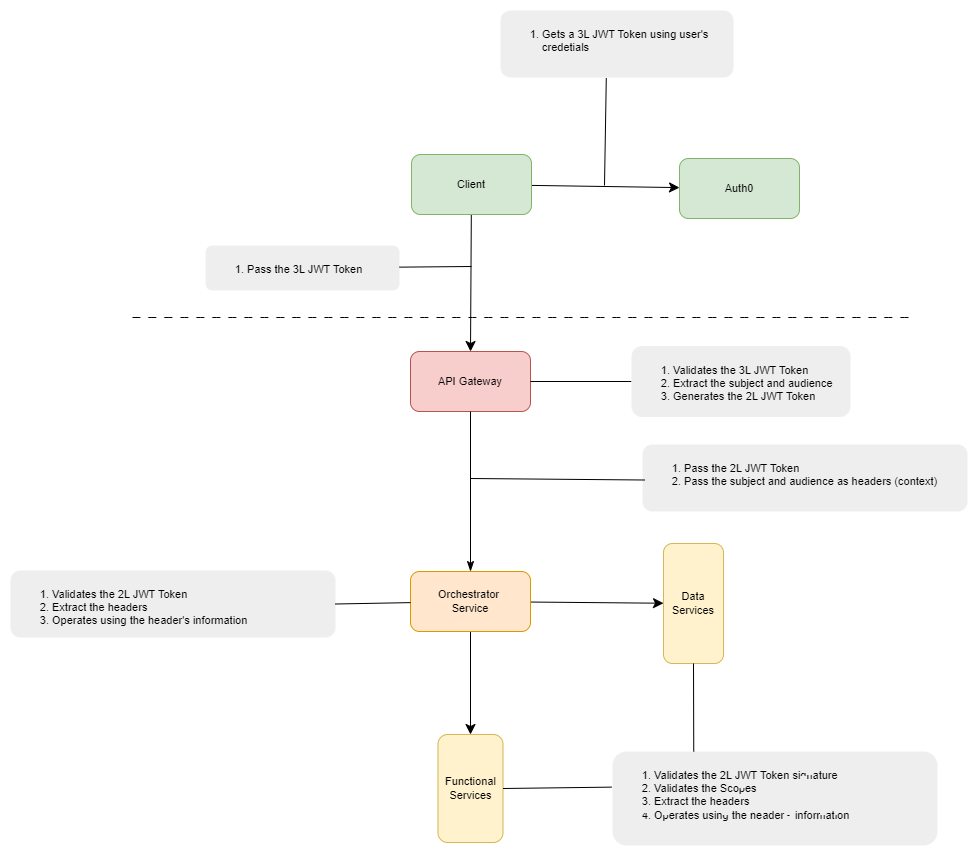
andrescosta/ticketex keeps this draw.io diagram as docs/img/arch-AuthNZ.drawio.png. Above is the earlier version. Source tidied: cells renumbered, new cells last; positions are measured from the earlier drawing's top-left corner, leaving out a move shared by most shapes.
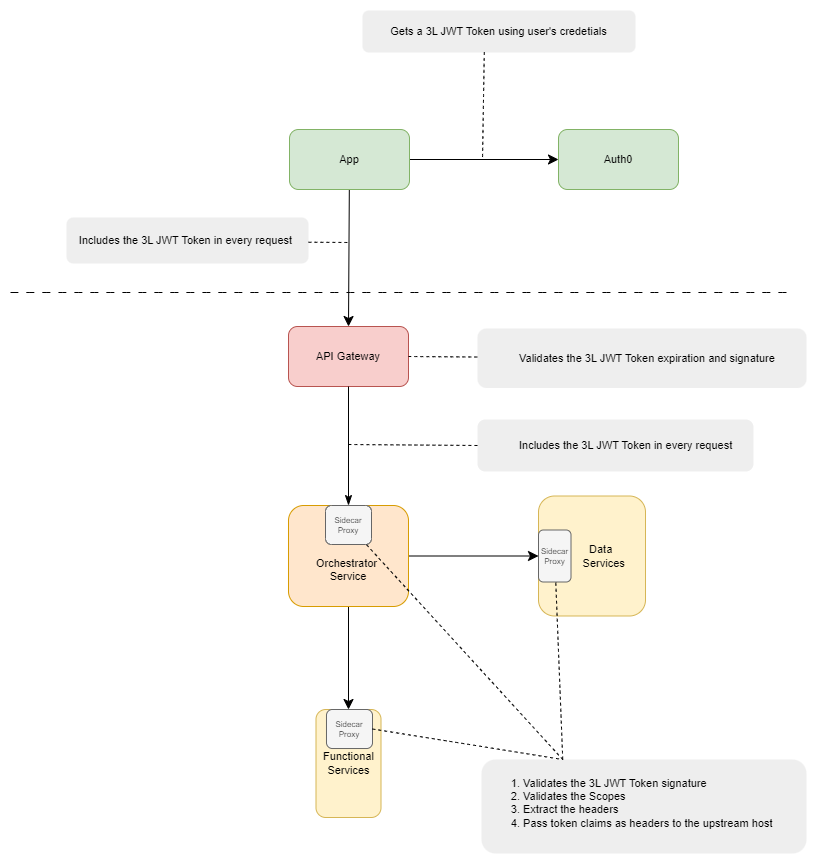
Above is the later version.

Diff of the diagram source:
```diff
@@ -11,11 +11,11 @@
     <mxCell id="4" style="edgeStyle=none;curved=1;rounded=0;jettySize=auto;html=1;fontSize=12;startSize=8;endSize=8;" parent="1" edge="1" source="5" target="7">
       <mxGeometry relative="1" as="geometry" />
     </mxCell>
-    <mxCell id="5" value="Orchestrator&amp;nbsp;&lt;br&gt;Service" style="rounded=1;whiteSpace=wrap;html=1;fontSize=11;fillColor=#ffe6cc;strokeColor=#d79b00;fontFamily=Helvetica;" parent="1" vertex="1">
-      <mxGeometry x="400" y="561" width="120" height="60" as="geometry" />
+    <mxCell id="5" value="&lt;br&gt;&lt;br&gt;Orchestrator&amp;nbsp;&lt;br&gt;Service" style="rounded=1;whiteSpace=wrap;html=1;fontSize=11;fillColor=#ffe6cc;strokeColor=#d79b00;fontFamily=Helvetica;" parent="1" vertex="1">
+      <mxGeometry x="400" y="520" width="120" height="101" as="geometry" />
     </mxCell>
-    <mxCell id="6" value="Data &lt;br style=&quot;font-size: 11px;&quot;&gt;Services" style="rounded=1;whiteSpace=wrap;html=1;fontSize=11;fillColor=#fff2cc;strokeColor=#d6b656;direction=south;" parent="1" vertex="1">
-      <mxGeometry x="653" y="533" width="60" height="120" as="geometry" />
+    <mxCell id="6" value="&amp;nbsp; &amp;nbsp; &amp;nbsp; Data &lt;br style=&quot;font-size: 11px;&quot;&gt;&amp;nbsp; &amp;nbsp; &amp;nbsp; &amp;nbsp; Services" style="rounded=1;whiteSpace=wrap;html=1;fontSize=11;fillColor=#fff2cc;strokeColor=#d6b656;direction=south;" parent="1" vertex="1">
+      <mxGeometry x="650" y="510.5" width="107" height="120" as="geometry" />
     </mxCell>
     <mxCell id="7" value="Functional&lt;br style=&quot;font-size: 11px;&quot;&gt;Services" style="rounded=1;whiteSpace=wrap;html=1;fontSize=11;fillColor=#fff2cc;strokeColor=#d6b656;fontFamily=Helvetica;" parent="1" vertex="1">
       <mxGeometry x="427.5" y="724" width="65" height="108" as="geometry" />
@@ -23,38 +23,25 @@
     <mxCell id="8" style="endArrow=classicThin;html=1;rounded=0;fontSize=12;startSize=8;endSize=8;curved=1;exitX=0.5;exitY=1;exitDx=0;exitDy=0;entryX=0.5;entryY=0;entryDx=0;entryDy=0;endFill=1;" parent="1" edge="1" source="2" target="5">
       <mxGeometry relative="1" as="geometry" />
     </mxCell>
-    <mxCell id="9" style="endArrow=none;html=1;rounded=0;fontSize=12;startSize=8;endSize=8;curved=1;exitX=1;exitY=0.5;exitDx=0;exitDy=0;" parent="1" edge="1" source="2" target="10">
+    <mxCell id="9" style="endArrow=none;html=1;rounded=0;fontSize=12;startSize=8;endSize=8;curved=1;exitX=1;exitY=0.5;exitDx=0;exitDy=0;dashed=1;" parent="1" edge="1" source="2" target="10">
       <mxGeometry relative="1" as="geometry" />
     </mxCell>
-    <mxCell id="10" value="&lt;ol&gt;&lt;li&gt;Validates the 3L JWT Token&lt;/li&gt;&lt;li&gt;Extract the subject and audience&lt;br&gt;&lt;/li&gt;&lt;li&gt;Generates the 2L JWT Token&lt;br&gt;&lt;/li&gt;&lt;/ol&gt;&lt;br&gt;" style="rounded=1;whiteSpace=wrap;html=1;fontSize=11;align=left;verticalAlign=top;glass=0;fillColor=#eeeeee;strokeColor=none;" parent="1" vertex="1">
-      <mxGeometry x="621" y="335.5" width="219" height="71" as="geometry" />
+    <mxCell id="10" value="&lt;blockquote style=&quot;margin: 0 0 0 40px; border: none; padding: 0px;&quot;&gt;&lt;div style=&quot;&quot;&gt;&lt;span style=&quot;background-color: initial;&quot;&gt;Validates the 3L JWT Token expiration and signature&lt;/span&gt;&lt;/div&gt;&lt;/blockquote&gt;" style="rounded=1;whiteSpace=wrap;html=1;fontSize=11;align=left;verticalAlign=middle;glass=0;fillColor=#eeeeee;strokeColor=none;" parent="1" vertex="1">
+      <mxGeometry x="589" y="343" width="329" height="59.5" as="geometry" />
     </mxCell>
-    <mxCell id="11" value="&lt;ol&gt;&lt;li&gt;Pass the 2L JWT Token&lt;/li&gt;&lt;li&gt;Pass the subject and audience as headers (context)&lt;/li&gt;&lt;/ol&gt;" style="rounded=1;whiteSpace=wrap;html=1;fontSize=11;align=left;verticalAlign=top;glass=0;fillColor=#eeeeee;strokeColor=none;" parent="1" vertex="1">
-      <mxGeometry x="632" y="434" width="325" height="67" as="geometry" />
+    <mxCell id="11" value="&lt;blockquote style=&quot;margin: 0 0 0 40px; border: none; padding: 0px;&quot;&gt;&lt;span style=&quot;background-color: initial;&quot;&gt;Includes the 3L JWT Token in every request&lt;/span&gt;&lt;/blockquote&gt;" style="rounded=1;whiteSpace=wrap;html=1;fontSize=11;align=left;verticalAlign=middle;glass=0;fillColor=#eeeeee;strokeColor=none;" parent="1" vertex="1">
+      <mxGeometry x="589" y="434" width="276" height="52" as="geometry" />
     </mxCell>
-    <mxCell id="12" style="endArrow=none;html=1;rounded=0;fontSize=12;startSize=8;endSize=8;curved=1;entryX=0;entryY=0.5;entryDx=0;entryDy=0;" parent="1" edge="1">
+    <mxCell id="12" style="endArrow=none;html=1;rounded=0;fontSize=12;startSize=8;endSize=8;curved=1;dashed=1;entryX=0;entryY=0.5;entryDx=0;entryDy=0;" parent="1" edge="1" target="11">
       <mxGeometry relative="1" as="geometry">
-        <mxPoint x="460" y="468" as="sourcePoint" />
-        <mxPoint x="634" y="469.5" as="targetPoint" />
+        <mxPoint x="460" y="459" as="sourcePoint" />
       </mxGeometry>
     </mxCell>
-    <mxCell id="13" value="&lt;ol&gt;&lt;li&gt;Validates the 2L JWT Token signature&lt;/li&gt;&lt;li&gt;Validates the Scopes&lt;/li&gt;&lt;li&gt;Extract the headers&lt;/li&gt;&lt;li&gt;Operates using the header's information&lt;/li&gt;&lt;/ol&gt;" style="rounded=1;whiteSpace=wrap;html=1;fontSize=11;align=left;verticalAlign=top;glass=0;fillColor=#eeeeee;strokeColor=none;" parent="1" vertex="1">
-      <mxGeometry x="602" y="741" width="325" height="94" as="geometry" />
+    <mxCell id="13" value="&lt;ol&gt;&lt;li&gt;Validates the 3L JWT Token signature&lt;/li&gt;&lt;li&gt;Validates the Scopes&lt;/li&gt;&lt;li&gt;Extract the headers&lt;/li&gt;&lt;li&gt;Pass token claims as headers to the upstream host&lt;/li&gt;&lt;/ol&gt;" style="rounded=1;whiteSpace=wrap;html=1;fontSize=11;align=left;verticalAlign=top;glass=0;fillColor=#eeeeee;strokeColor=none;" parent="1" vertex="1">
+      <mxGeometry x="593" y="774" width="325" height="94" as="geometry" />
     </mxCell>
-    <mxCell id="14" style="endArrow=none;html=1;rounded=0;fontSize=12;startSize=8;endSize=8;curved=1;exitX=1;exitY=0.5;exitDx=0;exitDy=0;entryX=0.25;entryY=0;entryDx=0;entryDy=0;" parent="1" edge="1" source="6" target="13">
-      <mxGeometry relative="1" as="geometry" />
-    </mxCell>
-    <mxCell id="15" style="endArrow=none;html=1;rounded=0;fontSize=12;startSize=8;endSize=8;curved=1;exitX=1;exitY=0.5;exitDx=0;exitDy=0;entryX=-0.003;entryY=0.379;entryDx=0;entryDy=0;entryPerimeter=0;" parent="1" edge="1" source="7" target="13">
-      <mxGeometry relative="1" as="geometry" />
-    </mxCell>
-    <mxCell id="16" value="&lt;ol&gt;&lt;li&gt;Validates the 2L JWT Token&lt;/li&gt;&lt;li style=&quot;border-color: var(--border-color);&quot;&gt;&lt;span style=&quot;background-color: initial;&quot;&gt;Extract the headers&lt;/span&gt;&lt;br&gt;&lt;/li&gt;&lt;li style=&quot;border-color: var(--border-color);&quot;&gt;Operates using the header's information&lt;/li&gt;&lt;/ol&gt;" style="rounded=1;whiteSpace=wrap;html=1;fontSize=11;align=left;verticalAlign=top;glass=0;fillColor=#eeeeee;strokeColor=none;" parent="1" vertex="1">
-      <mxGeometry y="560" width="325" height="67" as="geometry" />
-    </mxCell>
-    <mxCell id="17" style="endArrow=none;html=1;rounded=0;fontSize=12;startSize=8;endSize=8;curved=1;exitX=1;exitY=0.5;exitDx=0;exitDy=0;" parent="1" edge="1" source="16" target="5">
-      <mxGeometry relative="1" as="geometry" />
-    </mxCell>
     <mxCell id="18" value="Auth0" style="rounded=1;whiteSpace=wrap;html=1;fontSize=11;fillColor=#d5e8d4;strokeColor=#82b366;" parent="1" vertex="1">
-      <mxGeometry x="669" y="148" width="120" height="60" as="geometry" />
+      <mxGeometry x="670" y="144" width="120" height="60" as="geometry" />
     </mxCell>
     <mxCell id="19" style="edgeStyle=none;curved=1;rounded=0;jettySize=auto;html=1;fontSize=12;startSize=8;endSize=8;" parent="1" edge="1" source="21" target="18">
       <mxGeometry relative="1" as="geometry" />
@@ -62,23 +49,25 @@
     <mxCell id="20" style="edgeStyle=none;curved=1;rounded=0;jettySize=auto;html=1;entryX=0.5;entryY=0;entryDx=0;entryDy=0;fontSize=12;startSize=8;endSize=8;" parent="1" edge="1" source="21" target="2">
       <mxGeometry relative="1" as="geometry" />
     </mxCell>
-    <mxCell id="21" value="Client" style="rounded=1;whiteSpace=wrap;html=1;fontSize=11;fillColor=#d5e8d4;strokeColor=#82b366;" parent="1" vertex="1">
+    <mxCell id="21" value="App" style="rounded=1;whiteSpace=wrap;html=1;fontSize=11;fillColor=#d5e8d4;strokeColor=#82b366;" parent="1" vertex="1">
       <mxGeometry x="401" y="144" width="120" height="60" as="geometry" />
     </mxCell>
-    <mxCell id="22" value="&lt;ol&gt;&lt;li&gt;Gets a 3L JWT Token using user's credetials&lt;/li&gt;&lt;/ol&gt;" style="rounded=1;whiteSpace=wrap;html=1;fontSize=11;align=left;verticalAlign=top;glass=0;fillColor=#eeeeee;strokeColor=none;" parent="1" vertex="1">
-      <mxGeometry x="490" width="233" height="67" as="geometry" />
+    <mxCell id="22" value="&lt;div style=&quot;&quot;&gt;&lt;span style=&quot;background-color: initial;&quot;&gt;Gets a 3L JWT Token using user's credetials&lt;/span&gt;&lt;/div&gt;" style="rounded=1;whiteSpace=wrap;html=1;fontSize=11;align=center;verticalAlign=middle;glass=0;fillColor=#eeeeee;strokeColor=none;" parent="1" vertex="1">
+      <mxGeometry x="474" y="25" width="273" height="42" as="geometry" />
     </mxCell>
-    <mxCell id="23" style="endArrow=none;html=1;rounded=0;fontSize=12;startSize=8;endSize=8;curved=1;exitX=0.454;exitY=1.01;exitDx=0;exitDy=0;exitPerimeter=0;" parent="1" edge="1" source="22">
+    <mxCell id="23" style="endArrow=none;html=1;rounded=0;fontSize=12;startSize=8;endSize=8;curved=1;exitX=0.454;exitY=1.01;exitDx=0;exitDy=0;exitPerimeter=0;dashed=1;" parent="1" edge="1">
       <mxGeometry relative="1" as="geometry">
-        <mxPoint x="594" y="175" as="targetPoint" />
+        <mxPoint x="595.8" y="66.7" as="sourcePoint" />
+        <mxPoint x="594" y="174" as="targetPoint" />
       </mxGeometry>
     </mxCell>
-    <mxCell id="24" value="&lt;ol&gt;&lt;li&gt;Pass the 3L JWT Token&amp;nbsp;&lt;/li&gt;&lt;/ol&gt;" style="rounded=1;whiteSpace=wrap;html=1;fontSize=11;align=left;verticalAlign=top;glass=0;fillColor=#eeeeee;strokeColor=none;" parent="1" vertex="1">
-      <mxGeometry x="195" y="235" width="194" height="45" as="geometry" />
+    <mxCell id="24" value="Includes the 3L JWT Token in every request&lt;span style=&quot;background-color: initial;&quot;&gt;&amp;nbsp;&lt;/span&gt;" style="rounded=1;whiteSpace=wrap;html=1;fontSize=11;align=center;verticalAlign=middle;glass=0;fillColor=#eeeeee;strokeColor=none;" parent="1" vertex="1">
+      <mxGeometry x="178" y="232" width="242" height="46" as="geometry" />
     </mxCell>
-    <mxCell id="25" style="endArrow=none;html=1;rounded=0;fontSize=12;startSize=8;endSize=8;curved=1;" parent="1" edge="1" source="24">
+    <mxCell id="25" style="endArrow=none;html=1;rounded=0;fontSize=12;startSize=8;endSize=8;curved=1;dashed=1;" parent="1" edge="1">
       <mxGeometry relative="1" as="geometry">
-        <mxPoint x="461" y="256" as="targetPoint" />
+        <mxPoint x="420" y="256.7" as="sourcePoint" />
+        <mxPoint x="461" y="257" as="targetPoint" />
       </mxGeometry>
     </mxCell>
     <mxCell id="26" style="endArrow=none;html=1;rounded=0;fontSize=12;startSize=8;endSize=8;curved=1;dashed=1;dashPattern=8 8;" parent="1" edge="1">
@@ -87,5 +76,23 @@
         <mxPoint x="899.3" y="307" as="targetPoint" />
       </mxGeometry>
     </mxCell>
+    <mxCell id="27" value="Sidecar &lt;br style=&quot;font-size: 8px;&quot;&gt;Proxy" style="rounded=1;whiteSpace=wrap;html=1;fontSize=8;fillColor=#f5f5f5;fontColor=#333333;strokeColor=#666666;" parent="1" vertex="1">
+      <mxGeometry x="437" y="520" width="46" height="39" as="geometry" />
+    </mxCell>
+    <mxCell id="28" value="Sidecar &lt;br style=&quot;font-size: 8px;&quot;&gt;Proxy" style="rounded=1;whiteSpace=wrap;html=1;fontSize=8;fillColor=#f5f5f5;fontColor=#333333;strokeColor=#666666;" parent="1" vertex="1">
+      <mxGeometry x="650" y="544.5" width="32.5" height="52" as="geometry" />
+    </mxCell>
+    <mxCell id="29" value="Sidecar &lt;br style=&quot;font-size: 8px;&quot;&gt;Proxy" style="rounded=1;whiteSpace=wrap;html=1;fontSize=8;fillColor=#f5f5f5;fontColor=#333333;strokeColor=#666666;" parent="1" vertex="1">
+      <mxGeometry x="438" y="724" width="46" height="39" as="geometry" />
+    </mxCell>
+    <mxCell id="30" style="endArrow=none;html=1;rounded=0;fontSize=12;startSize=8;endSize=8;curved=1;exitX=0.25;exitY=0;exitDx=0;exitDy=0;dashed=1;" parent="1" edge="1" source="13" target="27">
+      <mxGeometry relative="1" as="geometry" />
+    </mxCell>
+    <mxCell id="31" style="endArrow=none;html=1;rounded=0;fontSize=12;startSize=8;endSize=8;curved=1;exitX=1;exitY=0.5;exitDx=0;exitDy=0;entryX=0.25;entryY=0;entryDx=0;entryDy=0;dashed=1;" parent="1" edge="1" source="29" target="13">
+      <mxGeometry relative="1" as="geometry" />
+    </mxCell>
+    <mxCell id="32" style="endArrow=none;html=1;rounded=0;fontSize=12;startSize=8;endSize=8;curved=1;exitX=0.25;exitY=0;exitDx=0;exitDy=0;dashed=1;" parent="1" edge="1" source="13" target="28">
+      <mxGeometry relative="1" as="geometry" />
+    </mxCell>
   </root>
 </mxGraphModel>
```
